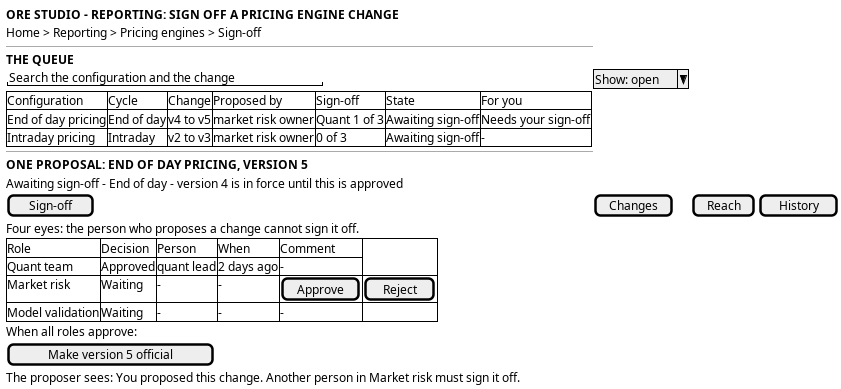
OreStudio/OreStudio keeps this PlantUML diagram as doc/knowledge/journeys/reporting/wireframe_sign_off_a_pricing_engine_change.png. Above is the earlier version. Its source is kept beside it as doc/knowledge/journeys/reporting/wireframe_sign_off_a_pricing_engine_change.puml. The source it was exported from:
```plantuml
@startuml

salt
{
  <b>ORE STUDIO - REPORTING: SIGN OFF A PRICING ENGINE CHANGE</b>
  Home > Reporting > Pricing engines > Sign-off
  --
  <b>THE QUEUE</b>
  "Search the configuration and the change" | ^Show: open^
  {#
    Configuration | Cycle | Change | Proposed by | Sign-off | State | For you
    End of day pricing | End of day | v4 to v5 | market risk owner | Quant 1 of 3 | Awaiting sign-off | Needs your sign-off
    Intraday pricing | Intraday | v2 to v3 | market risk owner | 0 of 3 | Awaiting sign-off | -
  }
  --
  <b>ONE PROPOSAL: END OF DAY PRICING, VERSION 5</b>
  Awaiting sign-off - End of day - version 4 is in force until this is approved
  [ Sign-off ] | [ Changes ] | [ Reach ] | [ History ]
  Four eyes: the person who proposes a change cannot sign it off.
  {#
    Role | Decision | Person | When | Comment
    Quant team | Approved | quant lead | 2 days ago | -
    Market risk | Waiting | - | - | [ Approve ] | [ Reject ]
    Model validation | Waiting | - | - | -
  }
  When all roles approve:
  [ Make version 5 official ]
  The proposer sees: You proposed this change. Another person in Market risk must sign it off.
}

@enduml
```
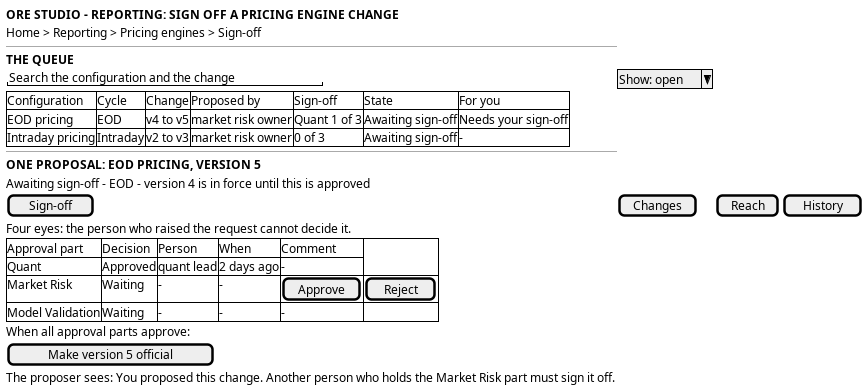
The same diagram one commit later.

What changed in the source:
```diff
@@ -9,23 +9,23 @@
   "Search the configuration and the change" | ^Show: open^
   {#
     Configuration | Cycle | Change | Proposed by | Sign-off | State | For you
-    End of day pricing | End of day | v4 to v5 | market risk owner | Quant 1 of 3 | Awaiting sign-off | Needs your sign-off
+    EOD pricing | EOD | v4 to v5 | market risk owner | Quant 1 of 3 | Awaiting sign-off | Needs your sign-off
     Intraday pricing | Intraday | v2 to v3 | market risk owner | 0 of 3 | Awaiting sign-off | -
   }
   --
-  <b>ONE PROPOSAL: END OF DAY PRICING, VERSION 5</b>
-  Awaiting sign-off - End of day - version 4 is in force until this is approved
+  <b>ONE PROPOSAL: EOD PRICING, VERSION 5</b>
+  Awaiting sign-off - EOD - version 4 is in force until this is approved
   [ Sign-off ] | [ Changes ] | [ Reach ] | [ History ]
-  Four eyes: the person who proposes a change cannot sign it off.
+  Four eyes: the person who raised the request cannot decide it.
   {#
-    Role | Decision | Person | When | Comment
-    Quant team | Approved | quant lead | 2 days ago | -
-    Market risk | Waiting | - | - | [ Approve ] | [ Reject ]
-    Model validation | Waiting | - | - | -
+    Approval part | Decision | Person | When | Comment
+    Quant | Approved | quant lead | 2 days ago | -
+    Market Risk | Waiting | - | - | [ Approve ] | [ Reject ]
+    Model Validation | Waiting | - | - | -
   }
-  When all roles approve:
+  When all approval parts approve:
   [ Make version 5 official ]
-  The proposer sees: You proposed this change. Another person in Market risk must sign it off.
+  The proposer sees: You proposed this change. Another person who holds the Market Risk part must sign it off.
 }
 
 @enduml
```
